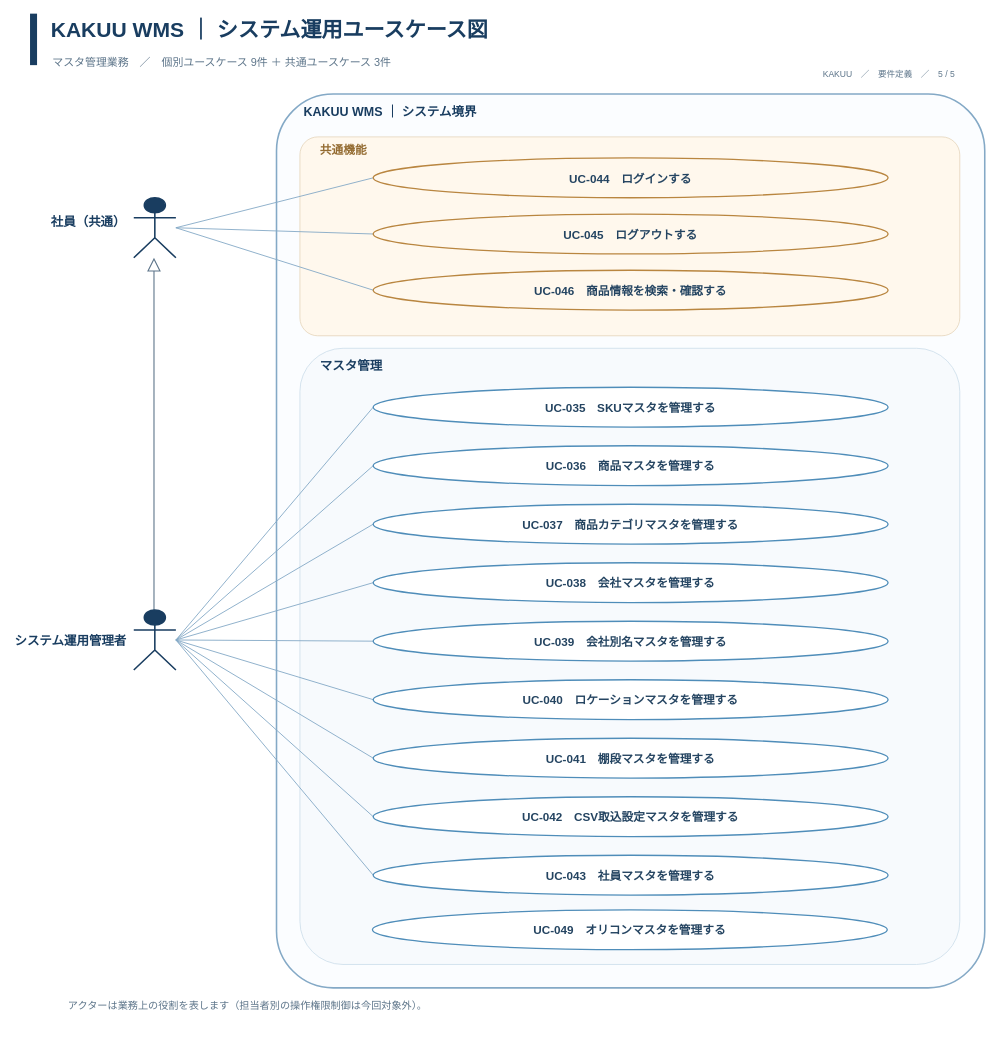
Earlier version of the draw.io diagram page "05_システム運用" (5 of 5) of docs/3_要件定義/03_ユースケース/ドロー図/KAKUU_WMS_ユースケース図_5ページ.drawio (hino-115/kakuu-wms). Source tidied: cells renumbered, new cells numbered last; positions are measured from the earlier drawing's top-left corner, leaving out a move shared by most shapes. Both pictures are drawn from the tidied source at 78%, with x=0, y=0 at pixel (13, 13).
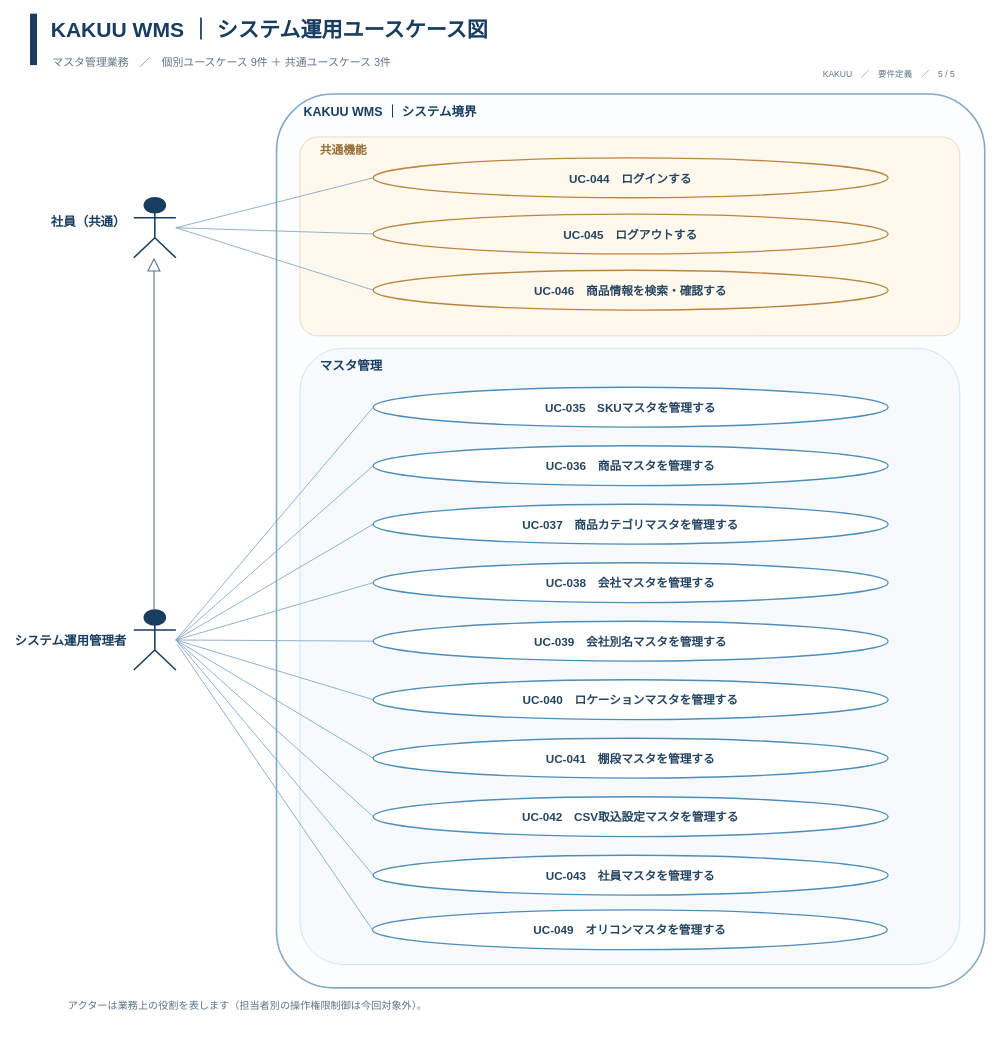
The same page after the edit.

The change refers to these unchanged cells:
```xml
<mxCell id="42" value="UC-049　オリコンマスタを管理する" style="ellipse;whiteSpace=wrap;html=1;align=center;verticalAlign=middle;perimeter=ellipsePerimeter;fillColor=#FFFFFF;strokeColor=#4F8DB9;strokeWidth=1.7;fontSize=15;fontStyle=1;fontFamily=Arial;fontColor=#244461;spacing=7;shadow=0;" parent="1" vertex="1">
  <mxGeometry x="460" y="1149" width="660" height="51" as="geometry" />
</mxCell>
```

Change to the diagram source:
```diff
@@
+    <mxCell id="43" style="endArrow=none;startArrow=none;strokeColor=#84A9C6;strokeWidth=1.15;html=1;rounded=0;entryX=0;entryY=0.5;entryDx=0;entryDy=0;" parent="1" edge="1" target="42">
+      <mxGeometry relative="1" as="geometry">
+        <mxPoint x="210" y="809" as="sourcePoint" />
+      </mxGeometry>
+    </mxCell>
```
